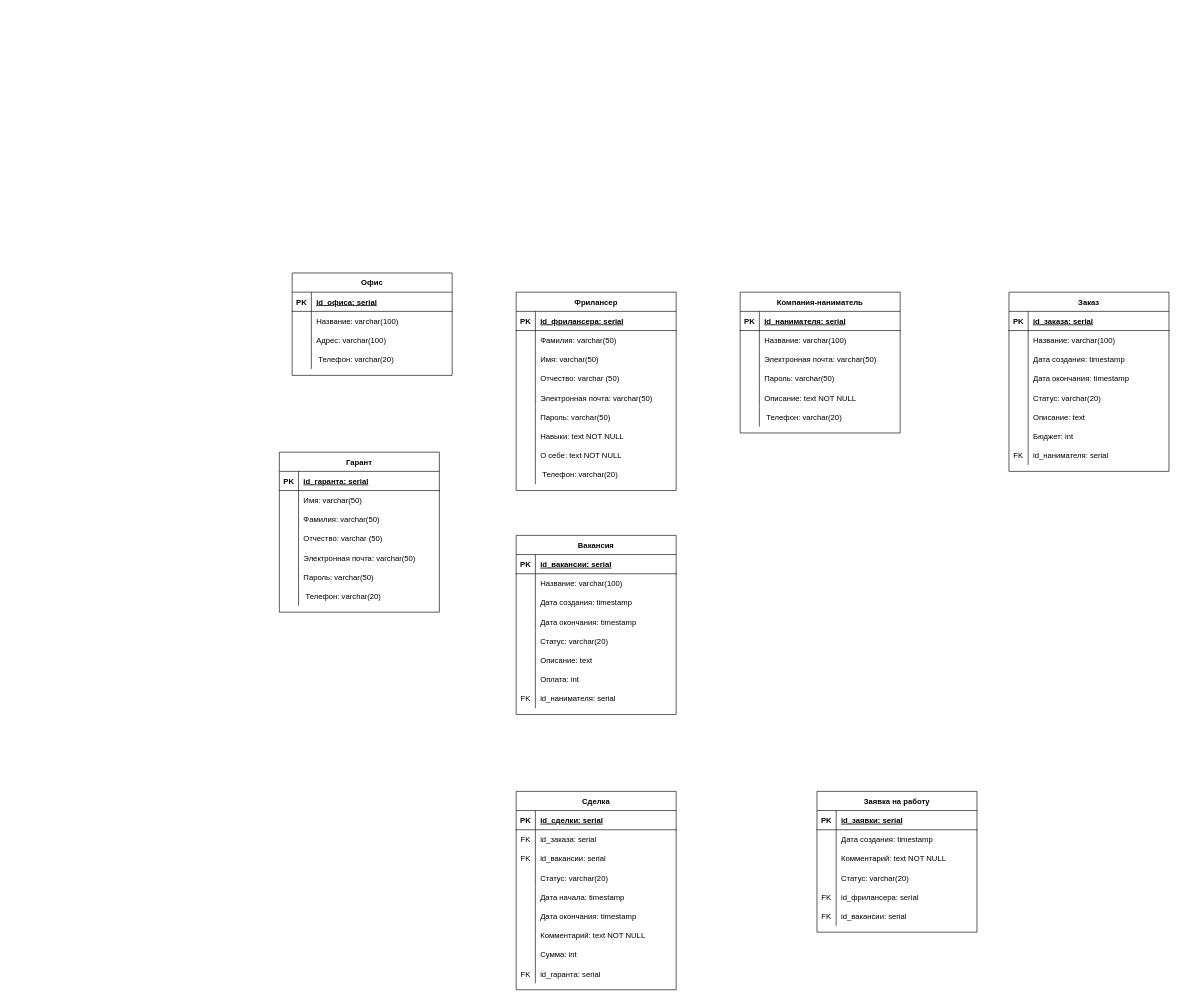
jbvcdfhjkjnvccdesszxchiokk/pythonProject keeps this draw.io diagram as Диаграмма без названия.drawio. Above is the earlier version. Source tidied: cells renumbered, new cells numbered last; positions are measured from the earlier drawing's top-left corner, leaving out a move shared by most shapes. Both pictures are drawn from the tidied source at 64%, with x=0, y=0 at pixel (279, 273).
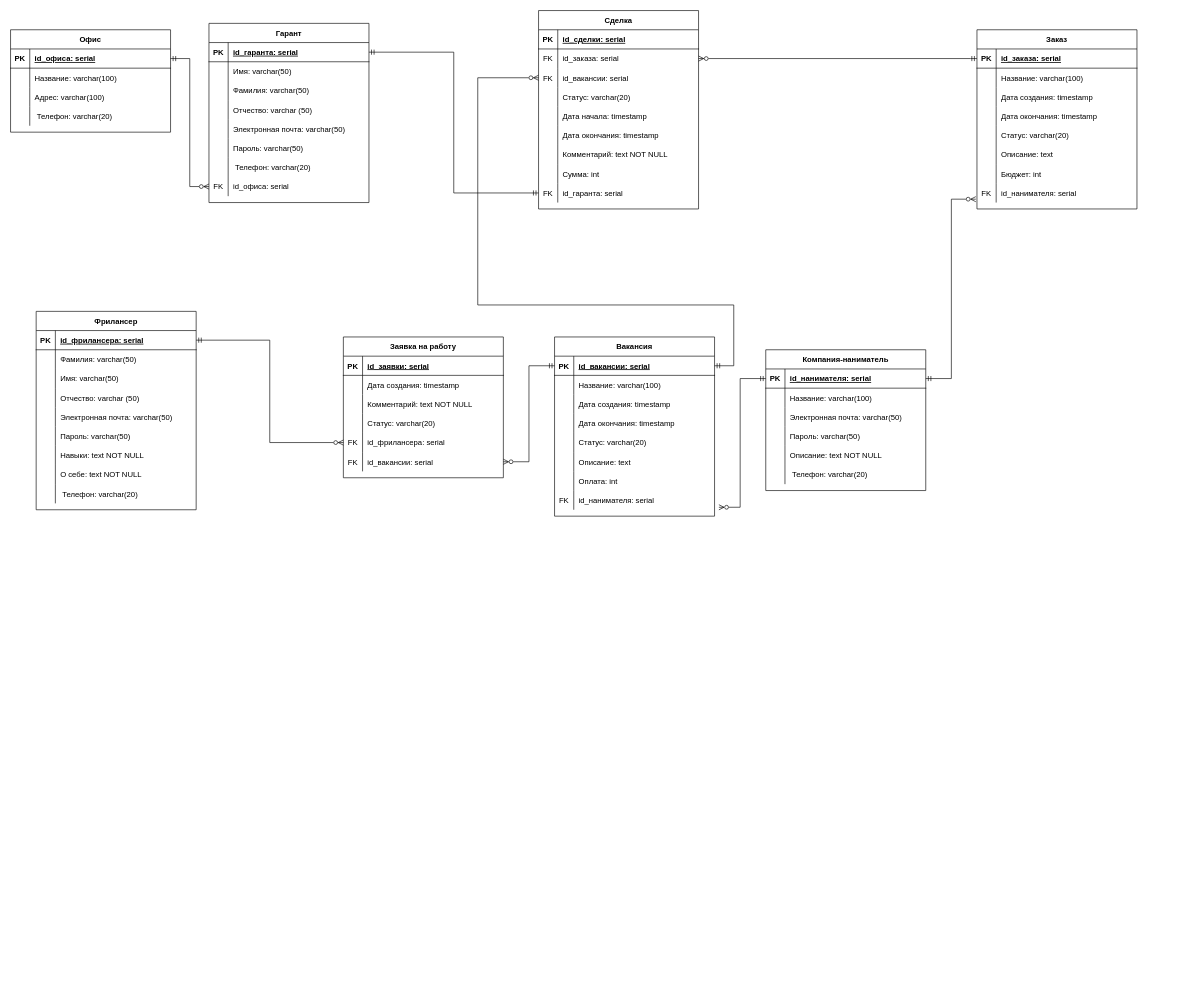
The same page after the edit.

The change refers to these unchanged cells:
```xml
<mxCell id="3" style="shape=partialRectangle;fillColor=none;points=[[0,0.5],[1,0.5]];portConstraint=eastwest;top=0;left=0;right=0;bottom=1;" parent="2" vertex="1">
  <mxGeometry y="30" width="250" height="30" as="geometry" />
</mxCell>
<mxCell id="34" style="shape=partialRectangle;fillColor=none;points=[[0,0.5],[1,0.5]];portConstraint=eastwest;top=0;left=0;right=0;bottom=0;" parent="21" vertex="1">
  <mxGeometry y="150" width="250" height="30" as="geometry" />
</mxCell>
<mxCell id="37" style="shape=partialRectangle;fillColor=none;points=[[0,0.5],[1,0.5]];portConstraint=eastwest;top=0;left=0;right=0;bottom=0;" parent="21" vertex="1">
  <mxGeometry y="180" width="250" height="30" as="geometry" />
</mxCell>
<mxCell id="44" style="shape=partialRectangle;fillColor=none;points=[[0,0.5],[1,0.5]];portConstraint=eastwest;top=0;left=0;right=0;bottom=0;" parent="40" vertex="1">
  <mxGeometry y="60" width="250" height="30" as="geometry" />
</mxCell>
<mxCell id="47" style="shape=partialRectangle;fillColor=none;points=[[0,0.5],[1,0.5]];portConstraint=eastwest;top=0;left=0;right=0;bottom=0;" parent="40" vertex="1">
  <mxGeometry y="90" width="250" height="30" as="geometry" />
</mxCell>
<mxCell id="65" style="shape=partialRectangle;fillColor=none;points=[[0,0.5],[1,0.5]];portConstraint=eastwest;top=0;left=0;right=0;bottom=0;" parent="40" vertex="1">
  <mxGeometry y="270" width="250" height="30" as="geometry" />
</mxCell>
<mxCell id="69" style="shape=partialRectangle;fillColor=none;points=[[0,0.5],[1,0.5]];portConstraint=eastwest;top=0;left=0;right=0;bottom=1;" parent="68" vertex="1">
  <mxGeometry y="30" width="250" height="30" as="geometry" />
</mxCell>
<mxCell id="82" style="shape=partialRectangle;fillColor=none;points=[[0,0.5],[1,0.5]];portConstraint=eastwest;top=0;left=0;right=0;bottom=1;" parent="81" vertex="1">
  <mxGeometry y="30" width="250" height="30" as="geometry" />
</mxCell>
<mxCell id="104" style="shape=partialRectangle;fillColor=none;points=[[0,0.5],[1,0.5]];portConstraint=eastwest;top=0;left=0;right=0;bottom=1;" parent="103" vertex="1">
  <mxGeometry y="30" width="250" height="30" as="geometry" />
</mxCell>
<mxCell id="125" style="shape=partialRectangle;fillColor=none;points=[[0,0.5],[1,0.5]];portConstraint=eastwest;top=0;left=0;right=0;bottom=0;" parent="103" vertex="1">
  <mxGeometry y="240" width="250" height="30" as="geometry" />
</mxCell>
<mxCell id="129" style="shape=partialRectangle;fillColor=none;points=[[0,0.5],[1,0.5]];portConstraint=eastwest;top=0;left=0;right=0;bottom=1;" parent="128" vertex="1">
  <mxGeometry y="30" width="250" height="30" as="geometry" />
</mxCell>
<mxCell id="150" style="shape=partialRectangle;fillColor=none;points=[[0,0.5],[1,0.5]];portConstraint=eastwest;top=0;left=0;right=0;bottom=0;" parent="128" vertex="1">
  <mxGeometry y="240" width="250" height="30" as="geometry" />
</mxCell>
<mxCell id="154" style="shape=partialRectangle;fillColor=none;points=[[0,0.5],[1,0.5]];portConstraint=eastwest;top=0;left=0;right=0;bottom=1;" parent="153" vertex="1">
  <mxGeometry y="30" width="250" height="30" as="geometry" />
</mxCell>
```

Diff of the diagram source:
```diff
@@
     <mxCell id="2" value="Компания-наниматель" style="shape=table;startSize=30;childLayout=tableLayout;rowLines=0;fontStyle=1;align=center;" parent="1" vertex="1">
-      <mxGeometry x="720" y="30" width="250" height="220" as="geometry" />
+      <mxGeometry x="760" y="120" width="250" height="220" as="geometry" />
     </mxCell>
@@
     <mxCell id="21" value="Заявка на работу" style="shape=table;startSize=30;childLayout=tableLayout;rowLines=0;fontStyle=1;align=center;" parent="1" vertex="1">
-      <mxGeometry x="840" y="810" width="250" height="220" as="geometry" />
+      <mxGeometry x="100" y="100" width="250" height="220" as="geometry" />
     </mxCell>
@@
     <mxCell id="40" value="Сделка" style="shape=table;startSize=30;childLayout=tableLayout;rowLines=0;fontStyle=1;align=center;" parent="1" vertex="1">
-      <mxGeometry x="370" y="810" width="250" height="310" as="geometry" />
+      <mxGeometry x="405" y="-410" width="250" height="310" as="geometry" />
     </mxCell>
@@
     <mxCell id="68" value="Офис" style="shape=table;startSize=30;childLayout=tableLayout;rowLines=0;fontStyle=1;align=center;" parent="1" vertex="1">
-      <mxGeometry x="20" width="250" height="160" as="geometry" />
+      <mxGeometry x="-420" y="-380" width="250" height="160" as="geometry" />
     </mxCell>
@@
     <mxCell id="81" value="Гарант" style="shape=table;startSize=30;childLayout=tableLayout;rowLines=0;fontStyle=1;align=center;" parent="1" vertex="1">
-      <mxGeometry y="280" width="250" height="250" as="geometry" />
+      <mxGeometry x="-110" y="-390" width="250" height="280" as="geometry" />
     </mxCell>
@@
+    <mxCell id="181" style="shape=partialRectangle;fillColor=none;points=[[0,0.5],[1,0.5]];portConstraint=eastwest;top=0;left=0;right=0;bottom=0;" parent="81" vertex="1">
+      <mxGeometry y="240" width="250" height="30" as="geometry" />
+    </mxCell>
+    <mxCell id="182" value="FK" style="shape=partialRectangle;overflow=hidden;fillColor=none;top=0;left=0;bottom=0;right=0;" parent="181" vertex="1">
+      <mxGeometry width="30" height="30" as="geometry" />
+    </mxCell>
+    <mxCell id="183" value="id_офиса: serial" style="shape=partialRectangle;overflow=hidden;fillColor=none;top=0;left=0;bottom=0;right=0;align=left;spacingLeft=6;" parent="181" vertex="1">
+      <mxGeometry x="30" width="220" height="30" as="geometry" />
+    </mxCell>
     <mxCell id="103" value="Вакансия" style="shape=table;startSize=30;childLayout=tableLayout;rowLines=0;fontStyle=1;align=center;" parent="1" vertex="1">
-      <mxGeometry x="370" y="410" width="250" height="280" as="geometry" />
+      <mxGeometry x="430" y="100" width="250" height="280" as="geometry" />
     </mxCell>
@@
     <mxCell id="128" value="Заказ" style="shape=table;startSize=30;childLayout=tableLayout;rowLines=0;fontStyle=1;align=center;" parent="1" vertex="1">
-      <mxGeometry x="1140" y="30" width="250" height="280" as="geometry" />
+      <mxGeometry x="1090" y="-380" width="250" height="280" as="geometry" />
     </mxCell>
@@
     <mxCell id="153" value="Фрилансер" style="shape=table;startSize=30;childLayout=tableLayout;rowLines=0;fontStyle=1;align=center;" parent="1" vertex="1">
-      <mxGeometry x="370" y="30" width="250" height="310" as="geometry" />
+      <mxGeometry x="-380" y="60" width="250" height="310" as="geometry" />
     </mxCell>
@@
+    <mxCell id="184" style="edgeStyle=orthogonalEdgeStyle;rounded=0;jettySize=auto;html=1;exitX=1;exitY=0.5;exitDx=0;exitDy=0;entryX=-0.007;entryY=0.824;entryDx=0;entryDy=0;entryPerimeter=0;startArrow=ERmandOne;startFill=0;endArrow=ERzeroToMany;endFill=0;" parent="1" edge="1" source="3" target="150">
+      <mxGeometry relative="1" as="geometry" />
+    </mxCell>
+    <mxCell id="185" style="edgeStyle=orthogonalEdgeStyle;rounded=0;jettySize=auto;html=1;exitX=0;exitY=0.5;exitDx=0;exitDy=0;entryX=1.027;entryY=0.871;entryDx=0;entryDy=0;entryPerimeter=0;startArrow=ERmandOne;startFill=0;endArrow=ERzeroToMany;endFill=0;" parent="1" edge="1" source="3" target="125">
+      <mxGeometry relative="1" as="geometry" />
+    </mxCell>
+    <mxCell id="186" style="edgeStyle=orthogonalEdgeStyle;rounded=0;jettySize=auto;html=1;exitX=1;exitY=0.5;exitDx=0;exitDy=0;entryX=0;entryY=0.5;entryDx=0;entryDy=0;startArrow=ERmandOne;startFill=0;endArrow=ERzeroToMany;endFill=0;" parent="1" edge="1" source="69" target="181">
+      <mxGeometry relative="1" as="geometry" />
+    </mxCell>
+    <mxCell id="187" style="edgeStyle=orthogonalEdgeStyle;rounded=0;jettySize=auto;html=1;exitX=1;exitY=0.5;exitDx=0;exitDy=0;entryX=0;entryY=0.5;entryDx=0;entryDy=0;startArrow=ERmandOne;startFill=0;endArrow=ERmandOne;endFill=0;" parent="1" edge="1" source="82" target="65">
+      <mxGeometry relative="1" as="geometry" />
+    </mxCell>
+    <mxCell id="188" style="edgeStyle=orthogonalEdgeStyle;rounded=0;jettySize=auto;html=1;exitX=0;exitY=0.5;exitDx=0;exitDy=0;entryX=1;entryY=0.5;entryDx=0;entryDy=0;startArrow=ERmandOne;startFill=0;endArrow=ERzeroToMany;endFill=0;" parent="1" edge="1" source="129" target="44">
+      <mxGeometry relative="1" as="geometry">
+        <Array as="points">
+          <mxPoint x="1080" y="-335" />
+        </Array>
+      </mxGeometry>
+    </mxCell>
+    <mxCell id="189" style="edgeStyle=orthogonalEdgeStyle;rounded=0;jettySize=auto;html=1;exitX=0;exitY=0.5;exitDx=0;exitDy=0;entryX=1;entryY=0.5;entryDx=0;entryDy=0;startArrow=ERmandOne;startFill=0;endArrow=ERzeroToMany;endFill=0;" parent="1" edge="1" source="104" target="37">
+      <mxGeometry relative="1" as="geometry" />
+    </mxCell>
+    <mxCell id="190" style="edgeStyle=orthogonalEdgeStyle;rounded=0;jettySize=auto;html=1;exitX=1;exitY=0.5;exitDx=0;exitDy=0;entryX=0;entryY=0.5;entryDx=0;entryDy=0;startArrow=ERmandOne;startFill=0;endArrow=ERzeroToMany;endFill=0;" parent="1" edge="1" source="104" target="47">
+      <mxGeometry relative="1" as="geometry">
+        <Array as="points">
+          <mxPoint x="710" y="145" />
+          <mxPoint x="710" y="50" />
+          <mxPoint x="310" y="50" />
+          <mxPoint x="310" y="-305" />
+        </Array>
+      </mxGeometry>
+    </mxCell>
+    <mxCell id="191" style="edgeStyle=orthogonalEdgeStyle;rounded=0;jettySize=auto;html=1;exitX=1;exitY=0.5;exitDx=0;exitDy=0;entryX=0;entryY=0.5;entryDx=0;entryDy=0;startArrow=ERmandOne;startFill=0;endArrow=ERzeroToMany;endFill=0;" parent="1" edge="1" source="154" target="34">
+      <mxGeometry relative="1" as="geometry" />
+    </mxCell>
```
